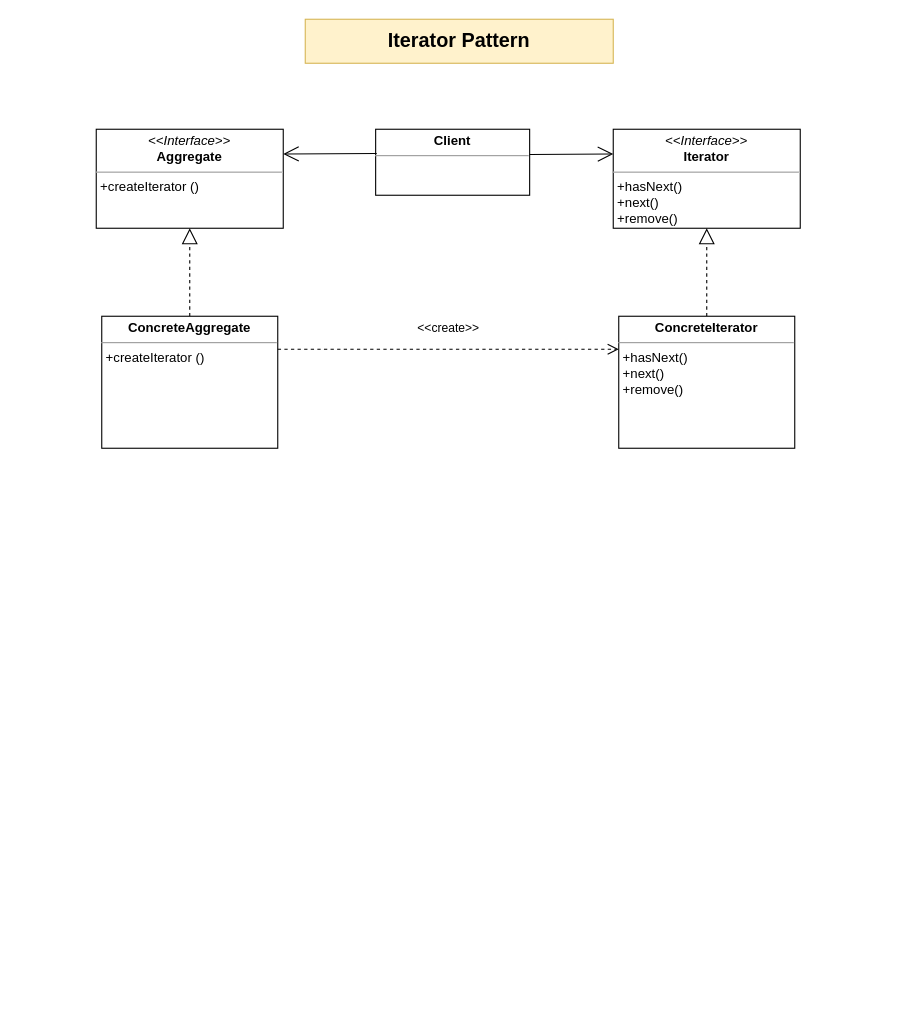
Earlier version of the draw.io diagram Design Pattern/Behavioral_Pattern/Iterator Pattern.drawio (ballantine04/ballantine04). Source tidied: cells renumbered, new cells numbered last; positions are measured from the earlier drawing's top-left corner, leaving out a move shared by most shapes. Both pictures are drawn from the tidied source at 110%, with x=0, y=0 at pixel (96, 19).
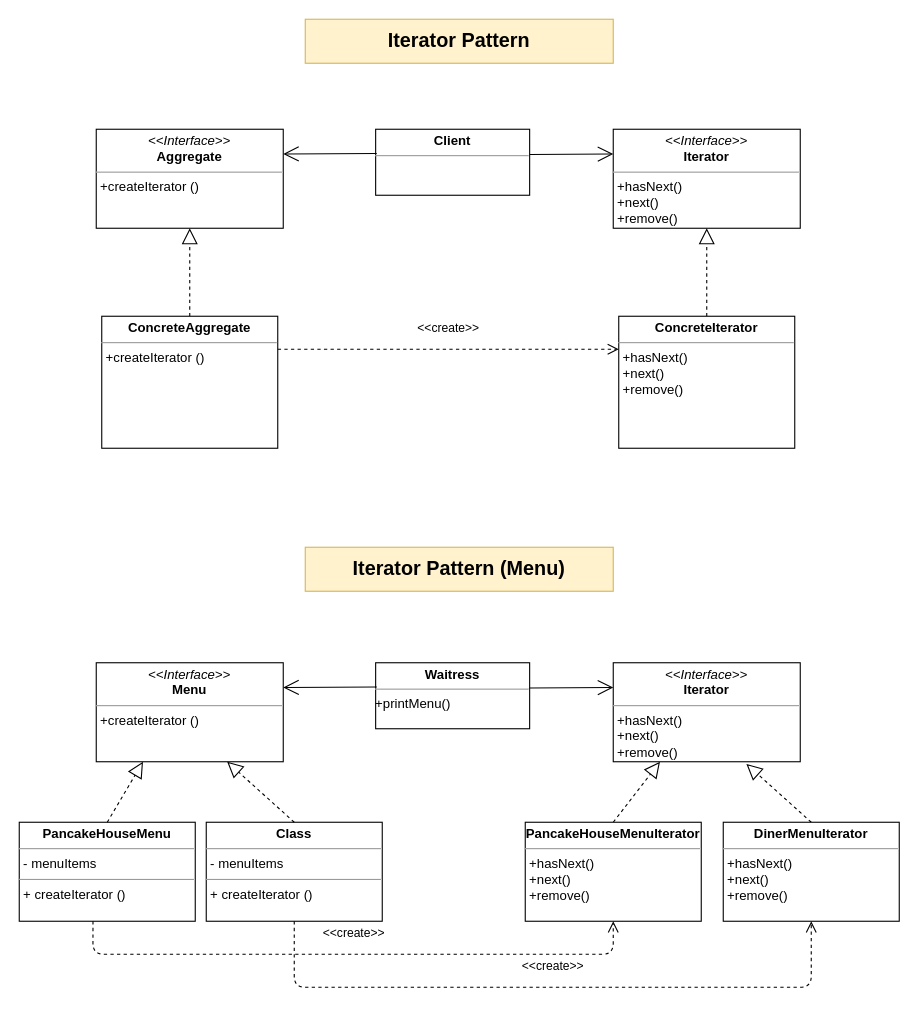
The same page after the edit.

Change to the diagram source:
```diff
@@
+    <mxCell id="13" value="Iterator Pattern (Menu)" style="text;html=1;strokeColor=#d6b656;fillColor=#fff2cc;align=center;verticalAlign=middle;whiteSpace=wrap;rounded=0;fontSize=18;fontStyle=1;" parent="1" vertex="1">
+      <mxGeometry x="190" y="480" width="280" height="40" as="geometry" />
+    </mxCell>
+    <mxCell id="14" value="&lt;p style=&quot;margin: 0px ; margin-top: 4px ; text-align: center&quot;&gt;&lt;b&gt;Waitress&lt;/b&gt;&lt;/p&gt;&lt;hr size=&quot;1&quot;&gt;&lt;div style=&quot;height: 2px&quot;&gt;+printMenu()&lt;/div&gt;" style="verticalAlign=top;align=left;overflow=fill;fontSize=12;fontFamily=Helvetica;html=1;" parent="1" vertex="1">
+      <mxGeometry x="254" y="585" width="140" height="60" as="geometry" />
+    </mxCell>
+    <mxCell id="15" value="&lt;p style=&quot;margin: 0px ; margin-top: 4px ; text-align: center&quot;&gt;&lt;i&gt;&amp;lt;&amp;lt;Interface&amp;gt;&amp;gt;&lt;/i&gt;&lt;br&gt;&lt;b&gt;Menu&lt;/b&gt;&lt;/p&gt;&lt;hr size=&quot;1&quot;&gt;&lt;p style=&quot;margin: 0px ; margin-left: 4px&quot;&gt;&lt;/p&gt;&lt;p style=&quot;margin: 0px ; margin-left: 4px&quot;&gt;+createIterator ()&lt;/p&gt;" style="verticalAlign=top;align=left;overflow=fill;fontSize=12;fontFamily=Helvetica;html=1;" parent="1" vertex="1">
+      <mxGeometry y="585" width="170" height="90" as="geometry" />
+    </mxCell>
+    <mxCell id="16" value="&lt;p style=&quot;margin: 0px ; margin-top: 4px ; text-align: center&quot;&gt;&lt;i&gt;&amp;lt;&amp;lt;Interface&amp;gt;&amp;gt;&lt;/i&gt;&lt;br&gt;&lt;b&gt;Iterator&lt;/b&gt;&lt;/p&gt;&lt;hr size=&quot;1&quot;&gt;&lt;p style=&quot;margin: 0px ; margin-left: 4px&quot;&gt;&lt;/p&gt;&lt;p style=&quot;margin: 0px ; margin-left: 4px&quot;&gt;+hasNext()&lt;/p&gt;&lt;p style=&quot;margin: 0px ; margin-left: 4px&quot;&gt;+next()&lt;br&gt;&lt;/p&gt;&lt;p style=&quot;margin: 0px ; margin-left: 4px&quot;&gt;+remove()&lt;br&gt;&lt;/p&gt;" style="verticalAlign=top;align=left;overflow=fill;fontSize=12;fontFamily=Helvetica;html=1;" parent="1" vertex="1">
+      <mxGeometry x="470" y="585" width="170" height="90" as="geometry" />
+    </mxCell>
+    <mxCell id="17" style="endArrow=open;endFill=1;endSize=12;html=1;entryX=0;entryY=0.25;entryDx=0;entryDy=0;" parent="1" edge="1" target="16">
+      <mxGeometry relative="1" as="geometry">
+        <mxPoint x="394" y="608" as="sourcePoint" />
+      </mxGeometry>
+    </mxCell>
+    <mxCell id="18" style="endArrow=open;endFill=1;endSize=12;html=1;entryX=1;entryY=0.25;entryDx=0;entryDy=0;exitX=0.007;exitY=0.367;exitDx=0;exitDy=0;exitPerimeter=0;" parent="1" edge="1" source="14" target="15">
+      <mxGeometry relative="1" as="geometry" />
+    </mxCell>
+    <mxCell id="19" value="&lt;p style=&quot;margin: 0px ; margin-top: 4px ; text-align: center&quot;&gt;&lt;b&gt;PancakeHouseMenu&lt;/b&gt;&lt;/p&gt;&lt;hr size=&quot;1&quot;&gt;&lt;p style=&quot;margin: 0px ; margin-left: 4px&quot;&gt;- menuItems&lt;/p&gt;&lt;hr size=&quot;1&quot;&gt;&lt;p style=&quot;margin: 0px ; margin-left: 4px&quot;&gt;+ createIterator ()&lt;/p&gt;" style="verticalAlign=top;align=left;overflow=fill;fontSize=12;fontFamily=Helvetica;html=1;" parent="1" vertex="1">
+      <mxGeometry x="-70" y="730" width="160" height="90" as="geometry" />
+    </mxCell>
+    <mxCell id="20" value="&lt;p style=&quot;margin: 0px ; margin-top: 4px ; text-align: center&quot;&gt;&lt;b&gt;Class&lt;/b&gt;&lt;/p&gt;&lt;hr size=&quot;1&quot;&gt;&lt;p style=&quot;margin: 0px ; margin-left: 4px&quot;&gt;- menuItems&lt;br&gt;&lt;/p&gt;&lt;hr size=&quot;1&quot;&gt;&lt;p style=&quot;margin: 0px ; margin-left: 4px&quot;&gt;+ createIterator ()&lt;br&gt;&lt;/p&gt;" style="verticalAlign=top;align=left;overflow=fill;fontSize=12;fontFamily=Helvetica;html=1;" parent="1" vertex="1">
+      <mxGeometry x="100" y="730" width="160" height="90" as="geometry" />
+    </mxCell>
+    <mxCell id="21" style="endArrow=block;dashed=1;endFill=0;endSize=12;html=1;exitX=0.5;exitY=0;exitDx=0;exitDy=0;entryX=0.25;entryY=1;entryDx=0;entryDy=0;" parent="1" edge="1" source="19" target="15">
+      <mxGeometry relative="1" as="geometry" />
+    </mxCell>
+    <mxCell id="22" style="endArrow=block;dashed=1;endFill=0;endSize=12;html=1;exitX=0.5;exitY=0;exitDx=0;exitDy=0;entryX=0.7;entryY=1;entryDx=0;entryDy=0;entryPerimeter=0;" parent="1" edge="1" source="20" target="15">
+      <mxGeometry relative="1" as="geometry" />
+    </mxCell>
+    <mxCell id="23" style="endArrow=block;dashed=1;endFill=0;endSize=12;html=1;exitX=0.5;exitY=0;exitDx=0;exitDy=0;entryX=0.25;entryY=1;entryDx=0;entryDy=0;" parent="1" edge="1" source="24" target="16">
+      <mxGeometry relative="1" as="geometry" />
+    </mxCell>
+    <mxCell id="24" value="&lt;p style=&quot;margin: 0px ; margin-top: 4px ; text-align: center&quot;&gt;&lt;b&gt;PancakeHouseMenuIterator&lt;/b&gt;&lt;/p&gt;&lt;hr size=&quot;1&quot;&gt;&lt;p style=&quot;margin: 0px ; margin-left: 4px&quot;&gt;&lt;/p&gt;&lt;p style=&quot;margin: 0px 0px 0px 4px&quot;&gt;+hasNext()&lt;/p&gt;&lt;p style=&quot;margin: 0px 0px 0px 4px&quot;&gt;+next()&lt;br&gt;&lt;/p&gt;&lt;p style=&quot;margin: 0px 0px 0px 4px&quot;&gt;+remove()&lt;/p&gt;" style="verticalAlign=top;align=left;overflow=fill;fontSize=12;fontFamily=Helvetica;html=1;" parent="1" vertex="1">
+      <mxGeometry x="390" y="730" width="160" height="90" as="geometry" />
+    </mxCell>
+    <mxCell id="25" style="endArrow=block;dashed=1;endFill=0;endSize=12;html=1;exitX=0.5;exitY=0;exitDx=0;exitDy=0;entryX=0.712;entryY=1.022;entryDx=0;entryDy=0;entryPerimeter=0;" parent="1" edge="1" source="26" target="16">
+      <mxGeometry relative="1" as="geometry" />
+    </mxCell>
+    <mxCell id="26" value="&lt;p style=&quot;margin: 0px ; margin-top: 4px ; text-align: center&quot;&gt;&lt;b&gt;DinerMenuIterator&lt;/b&gt;&lt;/p&gt;&lt;hr size=&quot;1&quot;&gt;&lt;p style=&quot;margin: 0px ; margin-left: 4px&quot;&gt;&lt;/p&gt;&lt;p style=&quot;margin: 0px 0px 0px 4px&quot;&gt;+hasNext()&lt;/p&gt;&lt;p style=&quot;margin: 0px 0px 0px 4px&quot;&gt;+next()&lt;br&gt;&lt;/p&gt;&lt;p style=&quot;margin: 0px 0px 0px 4px&quot;&gt;+remove()&lt;/p&gt;" style="verticalAlign=top;align=left;overflow=fill;fontSize=12;fontFamily=Helvetica;html=1;" parent="1" vertex="1">
+      <mxGeometry x="570" y="730" width="160" height="90" as="geometry" />
+    </mxCell>
+    <mxCell id="27" value="&amp;lt;&amp;lt;create&amp;gt;&amp;gt;" style="html=1;verticalAlign=bottom;endArrow=open;dashed=1;endSize=8;exitX=0.419;exitY=1;exitDx=0;exitDy=0;entryX=0.5;entryY=1;entryDx=0;entryDy=0;exitPerimeter=0;edgeStyle=orthogonalEdgeStyle;" parent="1" edge="1" source="19" target="24">
+      <mxGeometry y="10" relative="1" as="geometry">
+        <Array as="points">
+          <mxPoint x="-3" y="850" />
+          <mxPoint x="470" y="850" />
+        </Array>
+      </mxGeometry>
+    </mxCell>
+    <mxCell id="28" value="&amp;lt;&amp;lt;create&amp;gt;&amp;gt;" style="html=1;verticalAlign=bottom;endArrow=open;dashed=1;endSize=8;exitX=0.5;exitY=1;exitDx=0;exitDy=0;entryX=0.5;entryY=1;entryDx=0;entryDy=0;edgeStyle=orthogonalEdgeStyle;" parent="1" edge="1" source="20" target="26">
+      <mxGeometry y="10" relative="1" as="geometry">
+        <Array as="points">
+          <mxPoint x="180" y="880" />
+          <mxPoint x="650" y="880" />
+        </Array>
+      </mxGeometry>
+    </mxCell>
```
